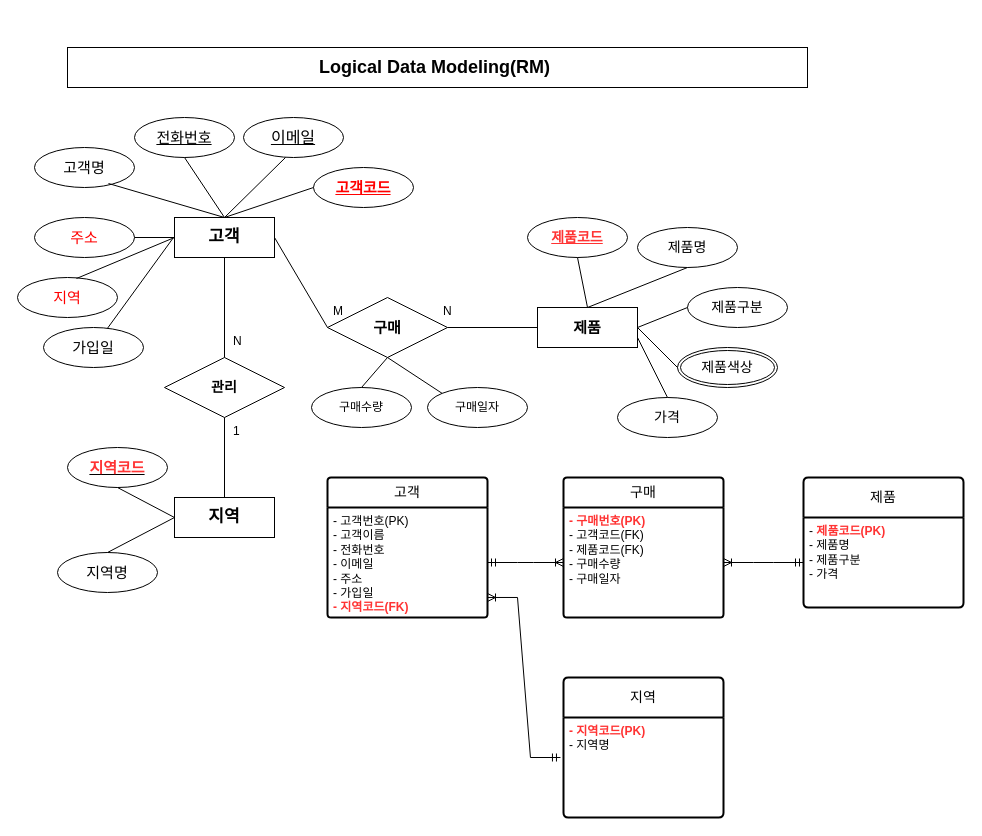
Before: page "페이지-8" (8 of 10) of erd.drawio in bitcocom/ai8erd, a draw.io diagram. Source tidied: cells renumbered, new cells numbered last; positions are measured from the earlier drawing's top-left corner, leaving out a move shared by most shapes. Both pictures are drawn from the tidied source at 100%, with x=0, y=0 at pixel (17, 47).
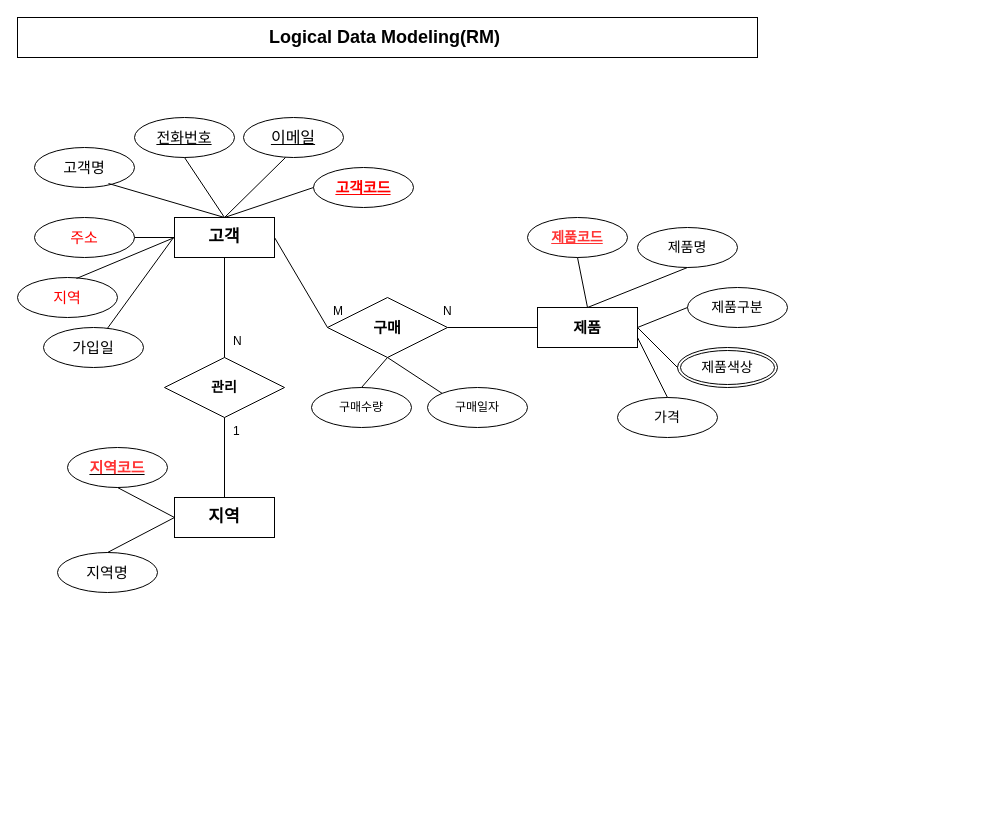
The same diagram, later.

Change to the diagram source:
```diff
@@
     <mxCell id="2" value="Logical Data&amp;nbsp;Modeling(RM)&amp;nbsp;" style="whiteSpace=wrap;html=1;align=center;fontStyle=1;fontSize=18;" parent="1" vertex="1">
-      <mxGeometry x="50" width="740" height="40" as="geometry" />
+      <mxGeometry y="-30" width="740" height="40" as="geometry" />
     </mxCell>
-    <mxCell id="3" value="고객" style="swimlane;horizontal=1;startSize=30;rounded=1;fontSize=14;fontStyle=0;strokeWidth=2;shadow=0;dashed=0;align=center;arcSize=4;whiteSpace=wrap;html=1;" parent="1" vertex="1">
-      <mxGeometry x="310" y="430" width="160" height="140" as="geometry" />
-    </mxCell>
-    <mxCell id="4" value="- 고객번호(PK)&lt;br&gt;- 고객이름&lt;br&gt;- 전화번호&lt;br&gt;- 이메일&lt;br&gt;- 주소&lt;br&gt;- 가입일&lt;br&gt;&lt;b&gt;&lt;font color=&quot;#ff3333&quot;&gt;- 지역코드(FK)&lt;/font&gt;&lt;/b&gt;" style="align=left;strokeColor=none;fillColor=none;spacingLeft=4;fontSize=12;verticalAlign=top;html=1;" parent="3" vertex="1">
-      <mxGeometry y="30" width="160" height="110" as="geometry" />
-    </mxCell>
-    <mxCell id="5" value="지역" style="swimlane;horizontal=1;startSize=40;rounded=1;fontSize=14;fontStyle=0;strokeWidth=2;shadow=0;dashed=0;align=center;arcSize=4;whiteSpace=wrap;html=1;" parent="1" vertex="1">
-      <mxGeometry x="546" y="630" width="160" height="140" as="geometry" />
-    </mxCell>
-    <mxCell id="6" value="&lt;b&gt;&lt;font color=&quot;#ff3333&quot;&gt;- 지역코드(PK)&lt;/font&gt;&lt;/b&gt;&lt;br&gt;- 지역명" style="align=left;strokeColor=none;fillColor=none;spacingLeft=4;fontSize=12;verticalAlign=top;html=1;" parent="5" vertex="1">
-      <mxGeometry y="40" width="160" height="100" as="geometry" />
-    </mxCell>
-    <mxCell id="7" value="제품" style="swimlane;horizontal=1;startSize=40;rounded=1;fontSize=14;fontStyle=0;strokeWidth=2;shadow=0;dashed=0;align=center;arcSize=4;whiteSpace=wrap;html=1;" parent="1" vertex="1">
-      <mxGeometry x="786" y="430" width="160" height="130" as="geometry" />
-    </mxCell>
-    <mxCell id="8" value="- &lt;b&gt;&lt;font color=&quot;#ff3333&quot;&gt;제품코드(PK)&lt;/font&gt;&lt;/b&gt;&lt;br&gt;- 제품명&lt;br&gt;- 제품구분&lt;br&gt;- 가격" style="align=left;strokeColor=none;fillColor=none;spacingLeft=4;fontSize=12;verticalAlign=top;html=1;" parent="7" vertex="1">
-      <mxGeometry y="40" width="160" height="90" as="geometry" />
-    </mxCell>
@@
-    <mxCell id="55" value="구매" style="swimlane;horizontal=1;startSize=30;rounded=1;fontSize=14;fontStyle=0;strokeWidth=2;shadow=0;dashed=0;align=center;arcSize=4;whiteSpace=wrap;html=1;" parent="1" vertex="1">
-      <mxGeometry x="546" y="430" width="160" height="140" as="geometry" />
-    </mxCell>
-    <mxCell id="56" value="&lt;b&gt;&lt;font color=&quot;#ff3333&quot;&gt;- 구매번호(PK)&lt;/font&gt;&lt;/b&gt;&lt;br&gt;- 고객코드(FK)&lt;br&gt;- 제품코드(FK)&lt;br&gt;- 구매수량&lt;br&gt;- 구매일자" style="align=left;strokeColor=none;fillColor=none;spacingLeft=4;fontSize=12;verticalAlign=top;html=1;" parent="55" vertex="1">
-      <mxGeometry y="30" width="160" height="110" as="geometry" />
-    </mxCell>
-    <mxCell id="57" style="edgeStyle=entityRelationEdgeStyle;fontSize=12;html=1;endArrow=ERoneToMany;startArrow=ERmandOne;rounded=0;entryX=0;entryY=0.5;entryDx=0;entryDy=0;exitX=1;exitY=0.5;exitDx=0;exitDy=0;" parent="1" edge="1" source="4" target="56">
-      <mxGeometry relative="1" as="geometry" />
-    </mxCell>
-    <mxCell id="58" style="edgeStyle=entityRelationEdgeStyle;fontSize=12;html=1;endArrow=ERoneToMany;startArrow=ERmandOne;rounded=0;entryX=1;entryY=0.5;entryDx=0;entryDy=0;" parent="1" edge="1" source="8" target="56">
-      <mxGeometry relative="1" as="geometry" />
-    </mxCell>
-    <mxCell id="59" style="edgeStyle=entityRelationEdgeStyle;fontSize=12;html=1;endArrow=ERoneToMany;startArrow=ERmandOne;rounded=0;exitX=-0.019;exitY=0.4;exitDx=0;exitDy=0;exitPerimeter=0;entryX=1;entryY=0.818;entryDx=0;entryDy=0;entryPerimeter=0;" parent="1" edge="1" source="6" target="4">
-      <mxGeometry relative="1" as="geometry" />
-    </mxCell>
```
